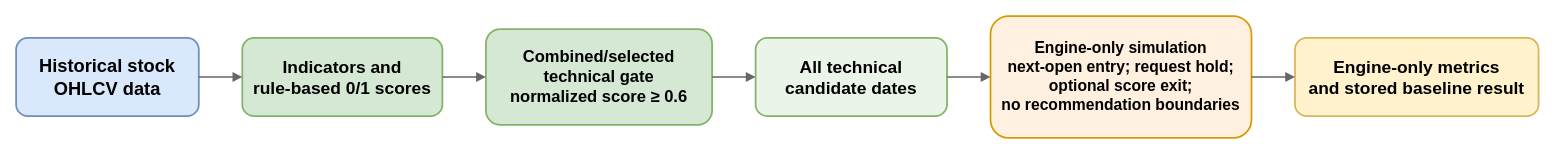
lqhuy04/Thesis-22125031-22125035 keeps this draw.io diagram as report/diagrams/chapter4/stockrium_engine_only_backtesting_flow.drawio. Above is the earlier version. Source tidied: cells renumbered, new cells numbered last; positions are measured from the earlier drawing's top-left corner, leaving out a move shared by most shapes. Both pictures are drawn from the tidied source at 87%, with x=0, y=0 at pixel (16, 16).
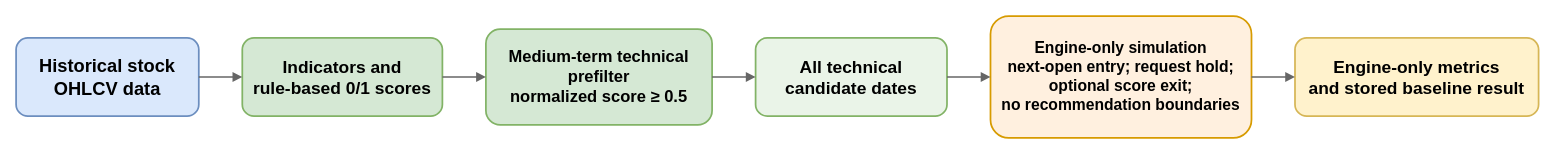
The same page after the edit.

What changed in the source:
```diff
@@
 <mxGraphModel>
   <root>
     <mxCell id="0" />
     <mxCell id="1" parent="0" />
     <mxCell id="2" value="Historical stock&lt;br&gt;OHLCV data" style="rounded=1;whiteSpace=wrap;html=1;fillColor=#dae8fc;strokeColor=#6c8ebf;strokeWidth=2;fontSize=21;fontStyle=1;spacing=8;" parent="1" vertex="1">
       <mxGeometry y="25" width="210" height="90" as="geometry" />
     </mxCell>
     <mxCell id="3" value="Indicators and&lt;br&gt;rule-based 0/1 scores" style="rounded=1;whiteSpace=wrap;html=1;fillColor=#d5e8d4;strokeColor=#82b366;strokeWidth=2;fontSize=20;fontStyle=1;spacing=8;" parent="1" vertex="1">
       <mxGeometry x="260" y="25" width="230" height="90" as="geometry" />
     </mxCell>
-    <mxCell id="4" value="Combined/selected technical gate&lt;br&gt;normalized score ≥ 0.6" style="rounded=1;whiteSpace=wrap;html=1;fillColor=#d5e8d4;strokeColor=#82b366;strokeWidth=2;fontSize=19;fontStyle=1;spacing=8;" parent="1" vertex="1">
+    <mxCell id="4" value="Medium-term technical prefilter&lt;br&gt;normalized score ≥ 0.5" style="rounded=1;whiteSpace=wrap;html=1;fillColor=#d5e8d4;strokeColor=#82b366;strokeWidth=2;fontSize=19;fontStyle=1;spacing=8;" parent="1" vertex="1">
       <mxGeometry x="540" y="15" width="260" height="110" as="geometry" />
     </mxCell>
     <mxCell id="5" value="All technical&lt;br&gt;candidate dates" style="rounded=1;whiteSpace=wrap;html=1;fillColor=#eaf4e8;strokeColor=#82b366;strokeWidth=2;fontSize=20;fontStyle=1;spacing=8;" parent="1" vertex="1">
       <mxGeometry x="850" y="25" width="220" height="90" as="geometry" />
     </mxCell>
     <mxCell id="6" value="Engine-only simulation&lt;br&gt;next-open entry; request hold;&lt;br&gt;optional score exit;&lt;br&gt;no recommendation boundaries" style="rounded=1;whiteSpace=wrap;html=1;fillColor=#fff0df;strokeColor=#d79b00;strokeWidth=2;fontSize=18;fontStyle=1;spacing=8;" parent="1" vertex="1">
       <mxGeometry x="1120" width="300" height="140" as="geometry" />
     </mxCell>
     <mxCell id="7" value="Engine-only metrics&lt;br&gt;and stored baseline result" style="rounded=1;whiteSpace=wrap;html=1;fillColor=#fff2cc;strokeColor=#d6b656;strokeWidth=2;fontSize=20;fontStyle=1;spacing=8;" parent="1" vertex="1">
       <mxGeometry x="1470" y="25" width="280" height="90" as="geometry" />
     </mxCell>
     <mxCell id="8" style="edgeStyle=orthogonalEdgeStyle;html=1;endArrow=block;endFill=1;strokeColor=#666666;strokeWidth=2;" parent="1" edge="1" source="2" target="3">
       <mxGeometry relative="1" as="geometry" />
     </mxCell>
     <mxCell id="9" style="edgeStyle=orthogonalEdgeStyle;html=1;endArrow=block;endFill=1;strokeColor=#666666;strokeWidth=2;" parent="1" edge="1" source="3" target="4">
       <mxGeometry relative="1" as="geometry" />
     </mxCell>
     <mxCell id="10" style="edgeStyle=orthogonalEdgeStyle;html=1;endArrow=block;endFill=1;strokeColor=#666666;strokeWidth=2;" parent="1" edge="1" source="4" target="5">
       <mxGeometry relative="1" as="geometry" />
     </mxCell>
     <mxCell id="11" style="edgeStyle=orthogonalEdgeStyle;html=1;endArrow=block;endFill=1;strokeColor=#666666;strokeWidth=2;" parent="1" edge="1" source="5" target="6">
       <mxGeometry relative="1" as="geometry" />
     </mxCell>
     <mxCell id="12" style="edgeStyle=orthogonalEdgeStyle;html=1;endArrow=block;endFill=1;strokeColor=#666666;strokeWidth=2;" parent="1" edge="1" source="6" target="7">
       <mxGeometry relative="1" as="geometry" />
     </mxCell>
   </root>
 </mxGraphModel>
```
